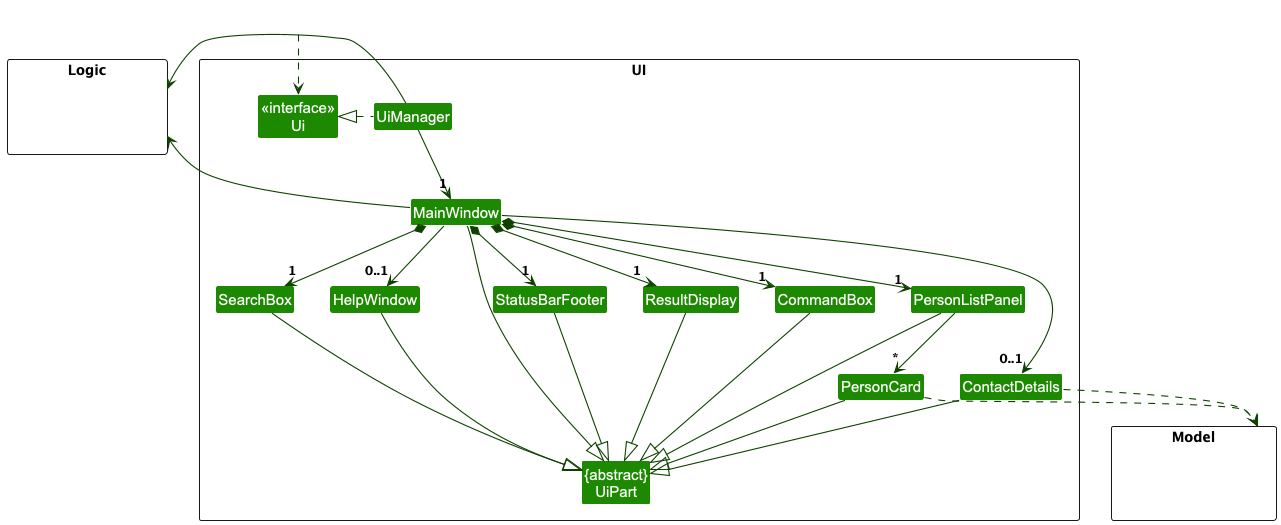
Before: docs/images/UiClassDiagram.png, a diagram exported from PlantUML (nus-cs2103-AY2425S1/tp).
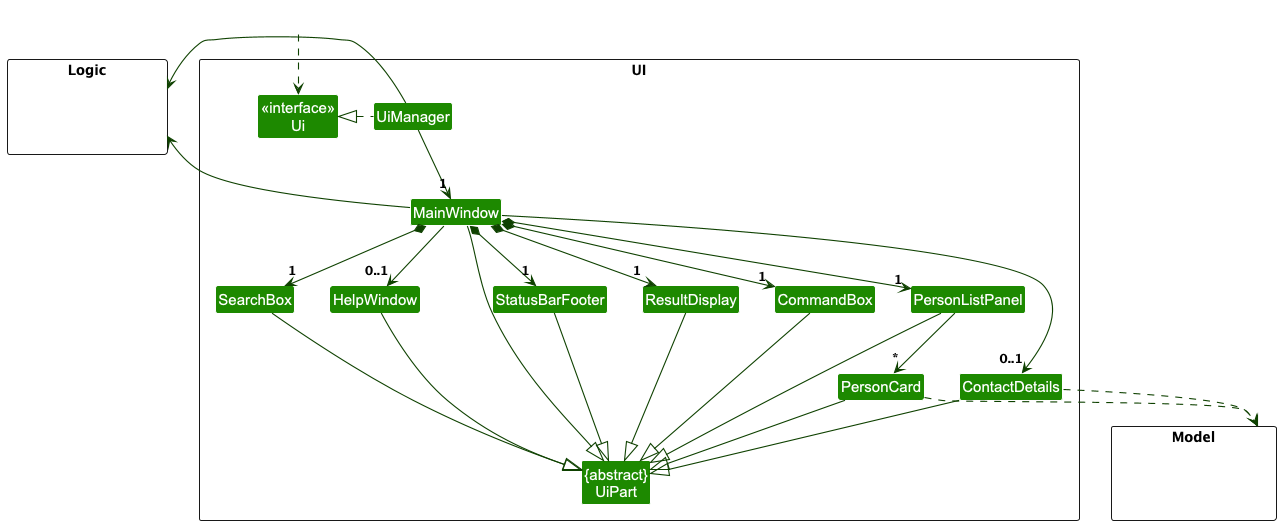
The same file after the commit.

Commit message:
Add explicit directions for UiClassDiagram.puml

Change to the diagram source:
```diff
@@ -38,7 +38,7 @@
 MainWindow *-down-> "1" ResultDisplay
 MainWindow *-down-> "1" PersonListPanel
 MainWindow *-down-> "1" StatusBarFooter
-MainWindow --> "0..1" HelpWindow
+MainWindow -down-> "0..1" HelpWindow
 MainWindow -down-> "0..1" ContactDetails
 
 PersonListPanel -down-> "*" PersonCard
@@ -46,18 +46,18 @@
 MainWindow -left-|> UiPart
 ContactDetails -down-|> UiPart
 
-ResultDisplay --|> UiPart
-CommandBox --|> UiPart
-SearchBox --|> UiPart
-PersonListPanel --|> UiPart
-PersonCard --|> UiPart
-StatusBarFooter --|> UiPart
-HelpWindow --|> UiPart
+ResultDisplay -down-|> UiPart
+CommandBox -down-|> UiPart
+SearchBox -down-|> UiPart
+PersonListPanel -down-|> UiPart
+PersonCard -down-|> UiPart
+StatusBarFooter -down-|> UiPart
+HelpWindow -down-|> UiPart
 
-PersonCard ..> Model
-ContactDetails ..> Model
+PersonCard .down.> Model
+ContactDetails .down.> Model
 
-UiManager -right-> Logic
+UiManager -left-> Logic
 MainWindow -left-> Logic
 
 PersonListPanel -[hidden]left- HelpWindow
@@ -66,5 +66,5 @@
 CommandBox -[hidden]left- ResultDisplay
 ResultDisplay -[hidden]left- StatusBarFooter
 
-MainWindow -[hidden]-|> UiPart
+MainWindow -[hidden]down-|> UiPart
 @enduml
```
